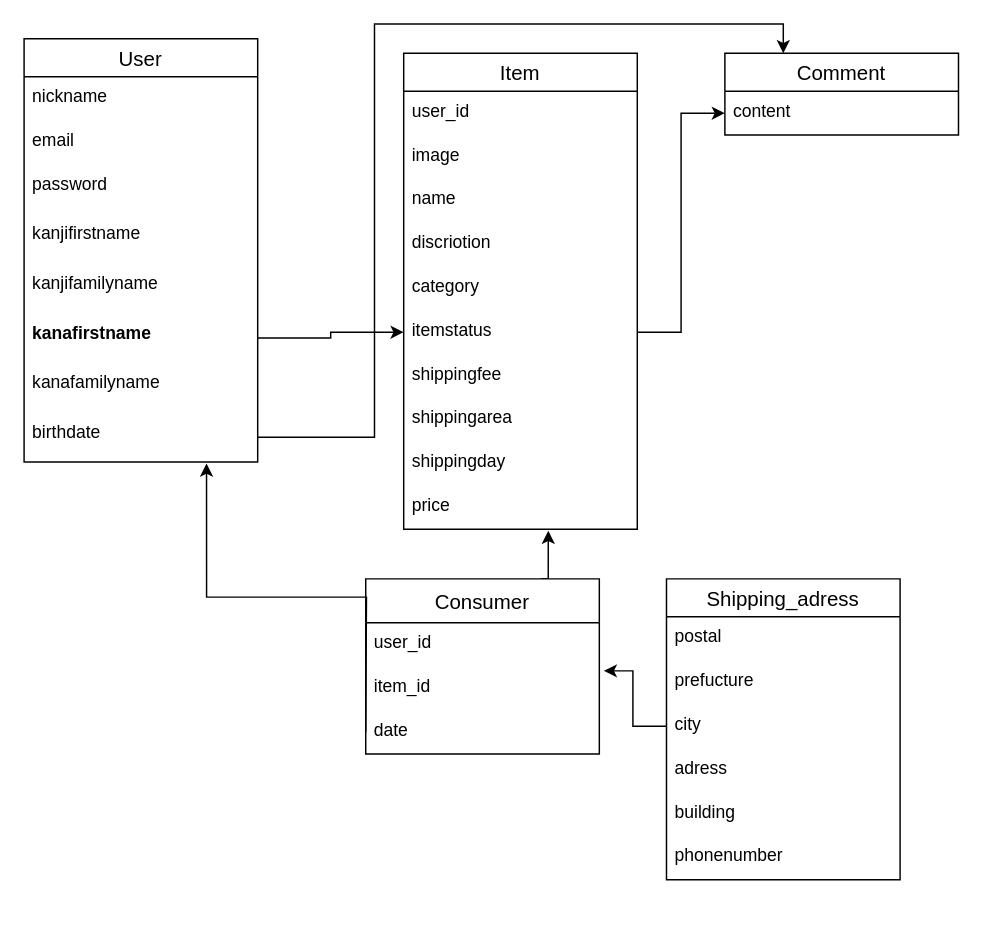
rokataku/furima-29084 keeps this draw.io diagram as test.dio. Above is the earlier version. Source tidied: cells renumbered, new cells numbered last; positions are measured from the earlier drawing's top-left corner, leaving out a move shared by most shapes. Both pictures are drawn from the tidied source at 146%, with x=0, y=0 at pixel (23, 23).
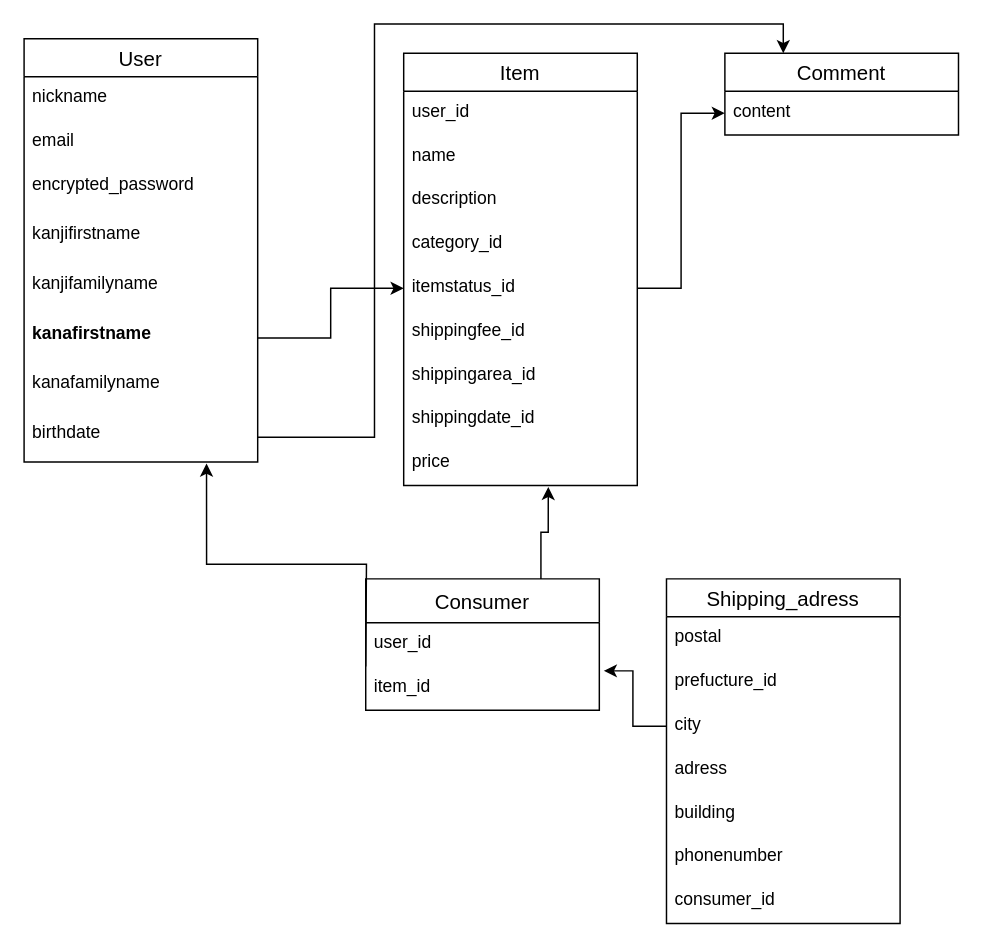
After the change.

Commit message (it also covers changes not shown here):
データベース設計の修正

Unchanged cells that the change refers to:
```xml
<mxCell id="2" value="User" style="swimlane;fontStyle=0;horizontal=1;startSize=26;align=center;fontSize=14;" parent="1" vertex="1">
  <mxGeometry y="10" width="160" height="290" as="geometry" />
</mxCell>
<mxCell id="10" value="birthdate" style="text;strokeColor=none;fillColor=none;spacingLeft=4;spacingRight=4;overflow=hidden;points=[[0,0.5],[1,0.5]];portConstraint=eastwest;fontSize=12;" parent="2" vertex="1">
  <mxGeometry y="256" width="160" height="34" as="geometry" />
</mxCell>
```

Diff of the diagram source:
```diff
@@
-    <mxCell id="5" value="password" style="text;strokeColor=none;fillColor=none;spacingLeft=4;spacingRight=4;overflow=hidden;fontSize=12;" parent="2" vertex="1">
+    <mxCell id="5" value="encrypted_password" style="text;strokeColor=none;fillColor=none;spacingLeft=4;spacingRight=4;overflow=hidden;fontSize=12;" parent="2" vertex="1">
       <mxGeometry y="86" width="160" height="34" as="geometry" />
     </mxCell>
@@
     <mxCell id="11" value="Item" style="swimlane;fontStyle=0;horizontal=1;startSize=26;align=center;fontSize=14;" parent="1" vertex="1">
-      <mxGeometry x="260" y="20" width="160" height="326" as="geometry" />
+      <mxGeometry x="260" y="20" width="160" height="296" as="geometry" />
     </mxCell>
@@
-    <mxCell id="13" value="image" style="text;strokeColor=none;fillColor=none;spacingLeft=4;spacingRight=4;overflow=hidden;fontSize=12;" parent="11" vertex="1">
-      <mxGeometry y="56" width="160" height="30" as="geometry" />
-    </mxCell>
     <mxCell id="14" value="name" style="text;strokeColor=none;fillColor=none;spacingLeft=4;spacingRight=4;overflow=hidden;fontSize=12;" parent="11" vertex="1">
-      <mxGeometry y="86" width="160" height="30" as="geometry" />
+      <mxGeometry y="56" width="160" height="30" as="geometry" />
     </mxCell>
-    <mxCell id="15" value="discriotion" style="text;strokeColor=none;fillColor=none;spacingLeft=4;spacingRight=4;overflow=hidden;fontSize=12;" parent="11" vertex="1">
-      <mxGeometry y="116" width="160" height="30" as="geometry" />
+    <mxCell id="15" value="description" style="text;strokeColor=none;fillColor=none;spacingLeft=4;spacingRight=4;overflow=hidden;fontSize=12;" parent="11" vertex="1">
+      <mxGeometry y="86" width="160" height="30" as="geometry" />
     </mxCell>
-    <mxCell id="16" value="category" style="text;strokeColor=none;fillColor=none;spacingLeft=4;spacingRight=4;overflow=hidden;fontSize=12;" parent="11" vertex="1">
-      <mxGeometry y="146" width="160" height="30" as="geometry" />
+    <mxCell id="16" value="category_id" style="text;strokeColor=none;fillColor=none;spacingLeft=4;spacingRight=4;overflow=hidden;fontSize=12;" parent="11" vertex="1">
+      <mxGeometry y="116" width="160" height="30" as="geometry" />
     </mxCell>
-    <mxCell id="17" value="itemstatus" style="text;strokeColor=none;fillColor=none;spacingLeft=4;spacingRight=4;overflow=hidden;points=[[0,0.5],[1,0.5]];portConstraint=eastwest;fontSize=12;fontStyle=0;" parent="11" vertex="1">
-      <mxGeometry y="176" width="160" height="30" as="geometry" />
+    <mxCell id="17" value="itemstatus_id" style="text;strokeColor=none;fillColor=none;spacingLeft=4;spacingRight=4;overflow=hidden;points=[[0,0.5],[1,0.5]];portConstraint=eastwest;fontSize=12;fontStyle=0;" parent="11" vertex="1">
+      <mxGeometry y="146" width="160" height="30" as="geometry" />
     </mxCell>
-    <mxCell id="18" value="shippingfee" style="text;strokeColor=none;fillColor=none;spacingLeft=4;spacingRight=4;overflow=hidden;fontSize=12;fontStyle=0;" parent="11" vertex="1">
-      <mxGeometry y="206" width="160" height="30" as="geometry" />
+    <mxCell id="18" value="shippingfee_id" style="text;strokeColor=none;fillColor=none;spacingLeft=4;spacingRight=4;overflow=hidden;fontSize=12;fontStyle=0;" parent="11" vertex="1">
+      <mxGeometry y="176" width="160" height="30" as="geometry" />
     </mxCell>
-    <mxCell id="19" value="shippingarea" style="text;strokeColor=none;fillColor=none;spacingLeft=4;spacingRight=4;overflow=hidden;fontSize=12;fontStyle=0;" parent="11" vertex="1">
-      <mxGeometry y="236" width="160" height="30" as="geometry" />
+    <mxCell id="19" value="shippingarea_id" style="text;strokeColor=none;fillColor=none;spacingLeft=4;spacingRight=4;overflow=hidden;fontSize=12;fontStyle=0;" parent="11" vertex="1">
+      <mxGeometry y="206" width="160" height="30" as="geometry" />
     </mxCell>
-    <mxCell id="20" value="shippingday" style="text;strokeColor=none;fillColor=none;spacingLeft=4;spacingRight=4;overflow=hidden;fontSize=12;fontStyle=0;" parent="11" vertex="1">
-      <mxGeometry y="266" width="160" height="30" as="geometry" />
+    <mxCell id="20" value="shippingdate_id" style="text;strokeColor=none;fillColor=none;spacingLeft=4;spacingRight=4;overflow=hidden;fontSize=12;fontStyle=0;" parent="11" vertex="1">
+      <mxGeometry y="236" width="160" height="30" as="geometry" />
     </mxCell>
     <mxCell id="21" value="price" style="text;strokeColor=none;fillColor=none;spacingLeft=4;spacingRight=4;overflow=hidden;points=[[0,0.5],[1,0.5]];portConstraint=eastwest;fontSize=12;fontStyle=0;" parent="11" vertex="1">
-      <mxGeometry y="296" width="160" height="30" as="geometry" />
+      <mxGeometry y="266" width="160" height="30" as="geometry" />
     </mxCell>
@@
     <mxCell id="28" value="Consumer" style="swimlane;fontStyle=0;horizontal=1;startSize=30;align=center;fontSize=14;" parent="1" vertex="1">
-      <mxGeometry x="234" y="380" width="160" height="120" as="geometry" />
+      <mxGeometry x="234" y="380" width="160" height="90" as="geometry" />
     </mxCell>
@@
-    <mxCell id="31" value="date" style="text;strokeColor=none;fillColor=none;spacingLeft=4;spacingRight=4;overflow=hidden;fontSize=12;" parent="28" vertex="1">
-      <mxGeometry y="90" width="160" height="30" as="geometry" />
-    </mxCell>
     <mxCell id="32" value="Shipping_adress" style="swimlane;fontStyle=0;horizontal=1;startSize=26;align=center;fontSize=14;" parent="1" vertex="1">
-      <mxGeometry x="440" y="380" width="160" height="206" as="geometry" />
+      <mxGeometry x="440" y="380" width="160" height="236" as="geometry" />
     </mxCell>
@@
-    <mxCell id="34" value="prefucture" style="text;strokeColor=none;fillColor=none;spacingLeft=4;spacingRight=4;overflow=hidden;fontSize=12;" parent="32" vertex="1">
+    <mxCell id="34" value="prefucture_id" style="text;strokeColor=none;fillColor=none;spacingLeft=4;spacingRight=4;overflow=hidden;fontSize=12;" parent="32" vertex="1">
       <mxGeometry y="56" width="160" height="30" as="geometry" />
     </mxCell>
@@
+    <mxCell id="41" value="consumer_id" style="text;strokeColor=none;fillColor=none;spacingLeft=4;spacingRight=4;overflow=hidden;fontSize=12;" parent="32" vertex="1">
+      <mxGeometry y="206" width="160" height="30" as="geometry" />
+    </mxCell>
-    <mxCell id="39" style="edgeStyle=orthogonalEdgeStyle;rounded=0;jettySize=auto;html=1;exitX=0;exitY=0.5;exitDx=0;exitDy=0;entryX=0.781;entryY=1.029;entryDx=0;entryDy=0;entryPerimeter=0;" parent="1" edge="1" target="10">
+    <mxCell id="39" style="edgeStyle=orthogonalEdgeStyle;rounded=0;jettySize=auto;html=1;entryX=0.781;entryY=1.029;entryDx=0;entryDy=0;entryPerimeter=0;" parent="1" edge="1" target="10">
       <mxGeometry relative="1" as="geometry">
-        <mxPoint x="234" y="485" as="sourcePoint" />
+        <mxPoint x="234" y="440" as="sourcePoint" />
       </mxGeometry>
     </mxCell>
```
